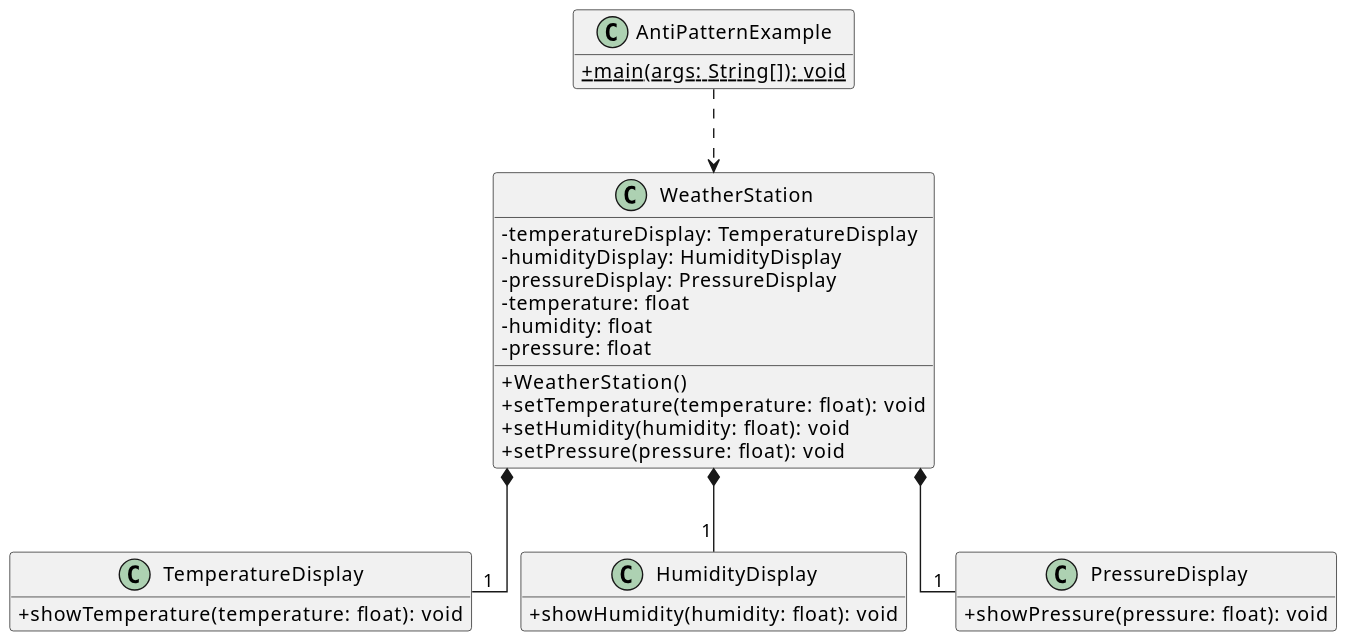
The PlantUML diagram engenharia_de_software_III/observer/observer-anti-pattern-uml.svg in pedro-fs-garcia/bertoti, before a commit. The source it was exported from:
```plantuml
@startuml
skinparam classAttributeIconSize 0
skinparam defaultFontName "Segoe UI"
skinparam linetype ortho
hide empty members

class TemperatureDisplay {
  + showTemperature(temperature: float): void
}

class HumidityDisplay {
  + showHumidity(humidity: float): void
}

class PressureDisplay {
  + showPressure(pressure: float): void
}

class WeatherStation {
  - temperatureDisplay: TemperatureDisplay
  - humidityDisplay: HumidityDisplay
  - pressureDisplay: PressureDisplay
  - temperature: float
  - humidity: float
  - pressure: float
  + WeatherStation()
  + setTemperature(temperature: float): void
  + setHumidity(humidity: float): void
  + setPressure(pressure: float): void
}

class AntiPatternExample {
  + {static} main(args: String[]): void
}


WeatherStation *-- "1" TemperatureDisplay
WeatherStation *-- "1" HumidityDisplay
WeatherStation *-- "1" PressureDisplay

AntiPatternExample ..> WeatherStation
@enduml
```
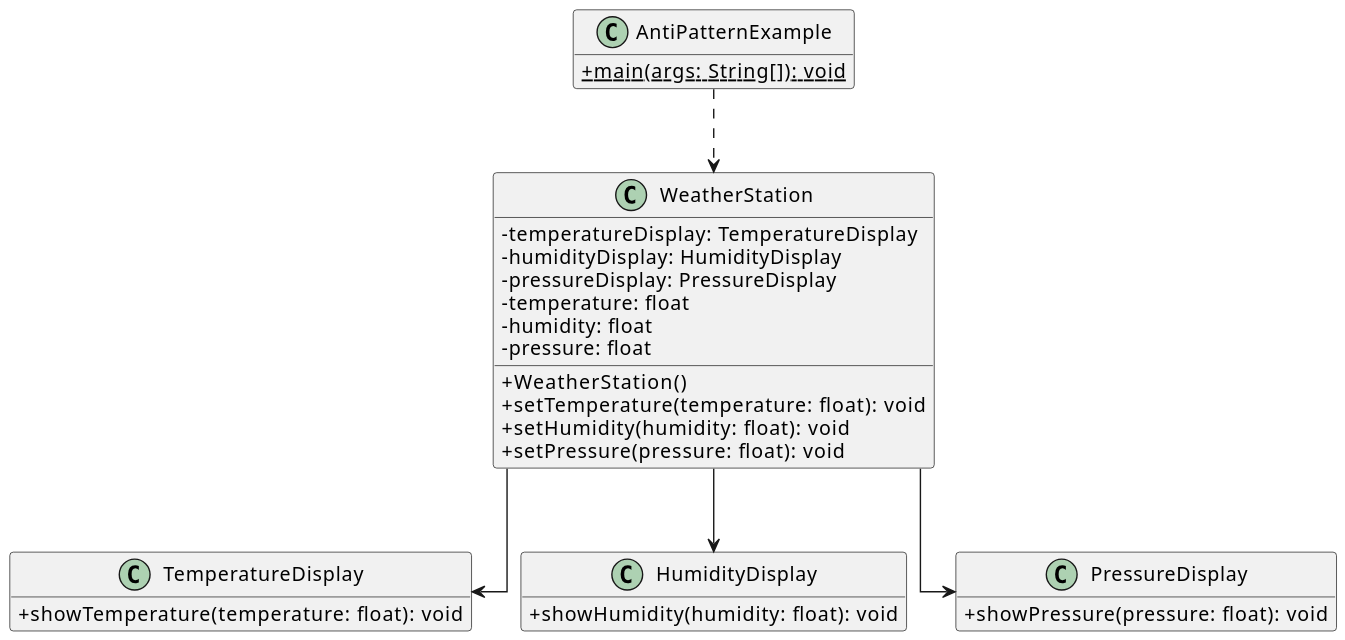
After the change.

Commit message:
corrige uml's

Change to the diagram source:
```diff
@@ -34,9 +34,9 @@
 }
 
 
-WeatherStation *-- "1" TemperatureDisplay
-WeatherStation *-- "1" HumidityDisplay
-WeatherStation *-- "1" PressureDisplay
+WeatherStation --> TemperatureDisplay
+WeatherStation --> HumidityDisplay
+WeatherStation --> PressureDisplay
 
 AntiPatternExample ..> WeatherStation
 @enduml
```
